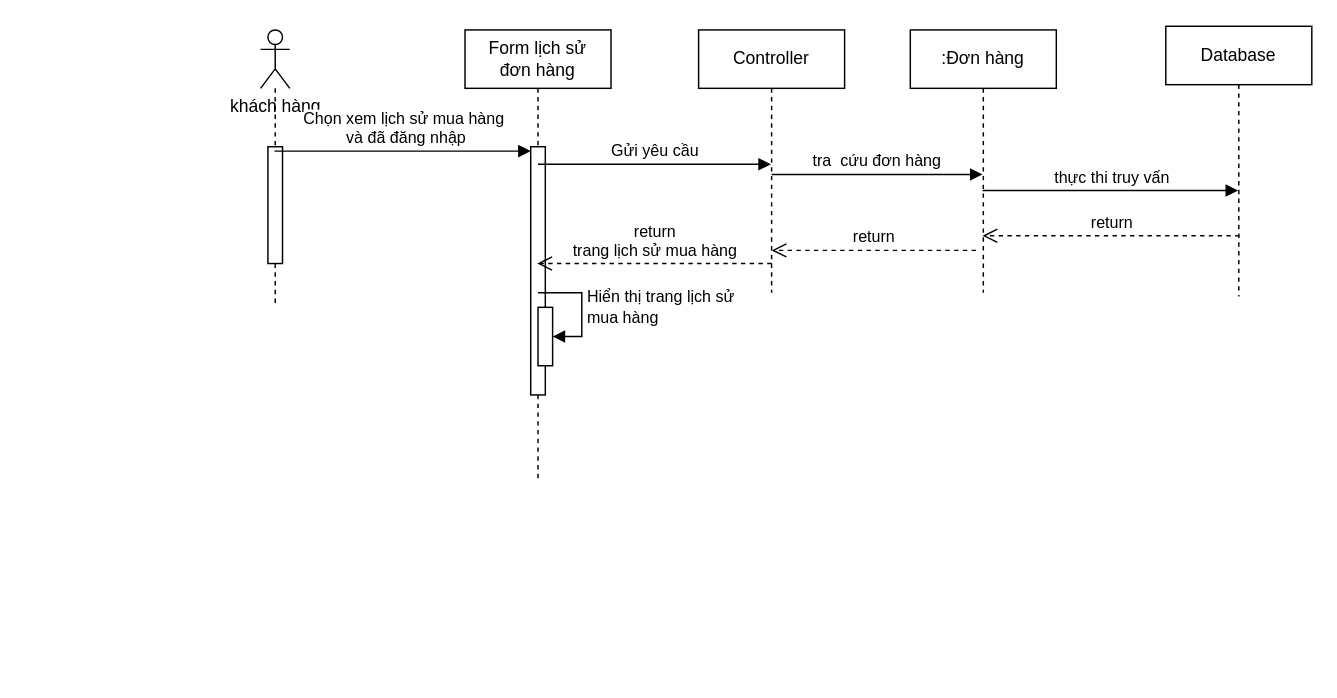
dmn-05/PTTK-HTTT keeps this draw.io diagram as User/Sequence/lichsumuahang.drawio. Above is the earlier version. Source tidied: cells renumbered, new cells numbered last; positions are measured from the earlier drawing's top-left corner, leaving out a move shared by most shapes. Both pictures are drawn from the tidied source at 146%, with x=0, y=0 at pixel (209, 26).
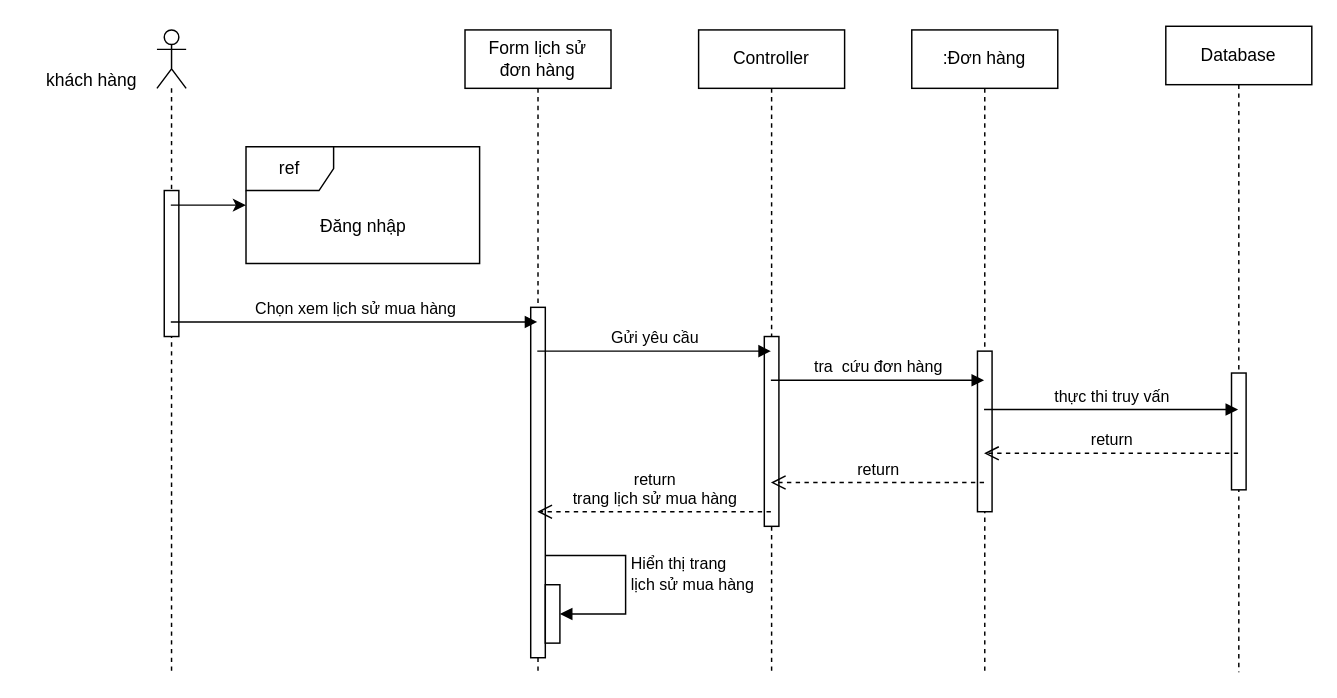
Above is the later version.

Diff of the diagram source:
```diff
@@
     <mxCell id="2" style="shape=umlLifeline;perimeter=lifelinePerimeter;whiteSpace=wrap;html=1;outlineConnect=0;portConstraint=eastwest;newEdgeStyle={&quot;curved&quot;:0,&quot;rounded&quot;:0};participant=umlActor;" parent="1" vertex="1">
-      <mxGeometry x="35" y="2" width="20" height="190" as="geometry" />
+      <mxGeometry x="-36" y="2" width="20" height="440" as="geometry" />
     </mxCell>
-    <mxCell id="3" style="html=1;perimeter=orthogonalPerimeter;targetShapes=umlLifeline;newEdgeStyle={&quot;curved&quot;:0,&quot;rounded&quot;:0};" parent="2" vertex="1">
-      <mxGeometry x="5" y="80" width="10" height="80" as="geometry" />
-    </mxCell>
+    <mxCell id="19" style="html=1;perimeter=orthogonalPerimeter;targetShapes=umlLifeline;newEdgeStyle={&quot;curved&quot;:0,&quot;rounded&quot;:0};" parent="2" vertex="1">
+      <mxGeometry x="5" y="110" width="10" height="100" as="geometry" />
+    </mxCell>
     <mxCell id="4" value="Controller" style="shape=umlLifeline;perimeter=lifelinePerimeter;whiteSpace=wrap;html=1;outlineConnect=0;portConstraint=eastwest;newEdgeStyle={&quot;curved&quot;:0,&quot;rounded&quot;:0};" parent="1" vertex="1">
-      <mxGeometry x="335" y="2" width="100" height="180" as="geometry" />
+      <mxGeometry x="335" y="2" width="100" height="440" as="geometry" />
     </mxCell>
+    <mxCell id="20" style="html=1;perimeter=orthogonalPerimeter;targetShapes=umlLifeline;newEdgeStyle={&quot;curved&quot;:0,&quot;rounded&quot;:0};" parent="4" vertex="1">
+      <mxGeometry x="45" y="210" width="10" height="130" as="geometry" />
+    </mxCell>
     <mxCell id="5" value="Form lịch sử&lt;div&gt;đơn hàng&lt;/div&gt;" style="shape=umlLifeline;perimeter=lifelinePerimeter;whiteSpace=wrap;html=1;outlineConnect=0;portConstraint=eastwest;newEdgeStyle={&quot;curved&quot;:0,&quot;rounded&quot;:0};" parent="1" vertex="1">
-      <mxGeometry x="175" y="2" width="100" height="310" as="geometry" />
+      <mxGeometry x="175" y="2" width="100" height="440" as="geometry" />
     </mxCell>
-    <mxCell id="6" style="html=1;perimeter=orthogonalPerimeter;targetShapes=umlLifeline;newEdgeStyle={&quot;curved&quot;:0,&quot;rounded&quot;:0};" parent="5" vertex="1">
-      <mxGeometry x="45" y="80" width="10" height="170" as="geometry" />
-    </mxCell>
-    <mxCell id="7" style="html=1;points=[[0,0,0,0,5],[0,1,0,0,-5],[1,0,0,0,5],[1,1,0,0,-5]];perimeter=orthogonalPerimeter;outlineConnect=0;targetShapes=umlLifeline;portConstraint=eastwest;newEdgeStyle={&quot;curved&quot;:0,&quot;rounded&quot;:0};" parent="5" vertex="1">
-      <mxGeometry x="50" y="190" width="10" height="40" as="geometry" />
-    </mxCell>
-    <mxCell id="8" value="Hiển thị trang lịch sử&lt;div&gt;mua hàng&lt;/div&gt;" style="html=1;align=left;spacingLeft=2;endArrow=block;rounded=0;edgeStyle=orthogonalEdgeStyle;curved=0;rounded=0;" parent="5" edge="1" target="7">
+    <mxCell id="8" value="Hiển thị trang&lt;div&gt;lịch sử&amp;nbsp;&lt;span style=&quot;background-color: light-dark(#ffffff, var(--ge-dark-color, #121212)); color: light-dark(rgb(0, 0, 0), rgb(255, 255, 255));&quot;&gt;mua hàng&lt;/span&gt;&lt;/div&gt;" style="html=1;align=left;spacingLeft=2;endArrow=block;rounded=0;edgeStyle=orthogonalEdgeStyle;curved=0;rounded=0;" parent="5" edge="1" source="5" target="22">
       <mxGeometry relative="1" as="geometry">
-        <mxPoint x="50" y="180" as="sourcePoint" />
         <Array as="points">
-          <mxPoint x="80" y="210" />
+          <mxPoint x="110" y="360" />
+          <mxPoint x="110" y="400" />
         </Array>
       </mxGeometry>
     </mxCell>
+    <mxCell id="21" style="html=1;perimeter=orthogonalPerimeter;targetShapes=umlLifeline;newEdgeStyle={&quot;curved&quot;:0,&quot;rounded&quot;:0};" parent="5" vertex="1">
+      <mxGeometry x="45" y="190" width="10" height="240" as="geometry" />
+    </mxCell>
+    <mxCell id="22" style="html=1;points=[[0,0,0,0,5],[0,1,0,0,-5],[1,0,0,0,5],[1,1,0,0,-5]];perimeter=orthogonalPerimeter;outlineConnect=0;targetShapes=umlLifeline;portConstraint=eastwest;newEdgeStyle={&quot;curved&quot;:0,&quot;rounded&quot;:0};" parent="5" vertex="1">
+      <mxGeometry x="55" y="380" width="10" height="40" as="geometry" />
+    </mxCell>
     <mxCell id="9" value="Database" style="shape=umlLifeline;perimeter=lifelinePerimeter;whiteSpace=wrap;html=1;outlineConnect=0;portConstraint=eastwest;newEdgeStyle={&quot;curved&quot;:0,&quot;rounded&quot;:0};" parent="1" vertex="1">
-      <mxGeometry x="655" y="-0.5" width="100" height="185" as="geometry" />
+      <mxGeometry x="655" y="-0.5" width="100" height="442.5" as="geometry" />
     </mxCell>
+    <mxCell id="23" style="html=1;perimeter=orthogonalPerimeter;targetShapes=umlLifeline;newEdgeStyle={&quot;curved&quot;:0,&quot;rounded&quot;:0};" parent="9" vertex="1">
+      <mxGeometry x="45" y="237.5" width="10" height="80" as="geometry" />
+    </mxCell>
     <mxCell id="10" value="khách hàng" style="text;html=1;align=center;verticalAlign=middle;strokeColor=none;fillColor=none;" parent="1" vertex="1">
-      <mxGeometry y="40" width="90" height="30" as="geometry" />
+      <mxGeometry x="-126" y="22" width="90" height="30" as="geometry" />
     </mxCell>
     <mxCell id="11" value=":Đơn hàng" style="shape=umlLifeline;perimeter=lifelinePerimeter;whiteSpace=wrap;html=1;outlineConnect=0;portConstraint=eastwest;newEdgeStyle={&quot;curved&quot;:0,&quot;rounded&quot;:0};" parent="1" vertex="1">
-      <mxGeometry x="480" y="2" width="100" height="180" as="geometry" />
+      <mxGeometry x="481" y="2" width="100" height="440" as="geometry" />
     </mxCell>
+    <mxCell id="24" style="html=1;perimeter=orthogonalPerimeter;targetShapes=umlLifeline;newEdgeStyle={&quot;curved&quot;:0,&quot;rounded&quot;:0};" parent="11" vertex="1">
+      <mxGeometry x="45" y="220" width="10" height="110" as="geometry" />
+    </mxCell>
-    <mxCell id="12" value="Chọn xem lịch sử mua hàng&lt;div&gt;&amp;nbsp;và đã đăng nhập&lt;/div&gt;" style="html=1;verticalAlign=bottom;endArrow=block;curved=0;rounded=0;entryX=0;entryY=0;entryDx=0;entryDy=5;entryPerimeter=0;" parent="1" edge="1">
+    <mxCell id="12" value="Chọn xem lịch sử mua hàng" style="html=1;verticalAlign=bottom;endArrow=block;curved=0;rounded=0;" parent="1" edge="1" source="2" target="5">
       <mxGeometry relative="1" as="geometry">
-        <mxPoint x="44.5" y="85" as="sourcePoint" />
-        <mxPoint x="220" y="85" as="targetPoint" />
+        <Array as="points">
+          <mxPoint x="95" y="202" />
+        </Array>
       </mxGeometry>
     </mxCell>
-    <mxCell id="13" value="Gửi yêu cầu" style="html=1;verticalAlign=bottom;endArrow=block;curved=0;rounded=0;" parent="1" edge="1">
+    <mxCell id="13" value="Gửi yêu cầu" style="html=1;verticalAlign=bottom;endArrow=block;curved=0;rounded=0;" parent="1" edge="1" source="5" target="4">
       <mxGeometry relative="1" as="geometry">
-        <mxPoint x="225" y="94" as="sourcePoint" />
-        <mxPoint x="384.5" y="94" as="targetPoint" />
+        <Array as="points">
+          <mxPoint x="305" y="222" />
+        </Array>
       </mxGeometry>
     </mxCell>
-    <mxCell id="14" value="tra&amp;nbsp; cứu đơn hàng" style="html=1;verticalAlign=bottom;endArrow=block;curved=0;rounded=0;" parent="1" edge="1">
+    <mxCell id="14" value="tra&amp;nbsp; cứu đơn hàng" style="html=1;verticalAlign=bottom;endArrow=block;curved=0;rounded=0;" parent="1" edge="1" source="4" target="11">
       <mxGeometry relative="1" as="geometry">
-        <mxPoint x="385" y="101" as="sourcePoint" />
-        <mxPoint x="529.5" y="101" as="targetPoint" />
+        <Array as="points">
+          <mxPoint x="445" y="242" />
+        </Array>
       </mxGeometry>
     </mxCell>
-    <mxCell id="15" value="thực thi truy vấn" style="html=1;verticalAlign=bottom;endArrow=block;curved=0;rounded=0;" parent="1" edge="1">
+    <mxCell id="15" value="thực thi truy vấn" style="html=1;verticalAlign=bottom;endArrow=block;curved=0;rounded=0;" parent="1" edge="1" source="11" target="9">
       <mxGeometry relative="1" as="geometry">
-        <mxPoint x="529.5" y="112" as="sourcePoint" />
-        <mxPoint x="704.5" y="112" as="targetPoint" />
+        <Array as="points">
+          <mxPoint x="635" y="262" />
+        </Array>
       </mxGeometry>
     </mxCell>
-    <mxCell id="16" value="return" style="html=1;verticalAlign=bottom;endArrow=open;dashed=1;endSize=8;curved=0;rounded=0;" parent="1" edge="1">
+    <mxCell id="16" value="return" style="html=1;verticalAlign=bottom;endArrow=open;dashed=1;endSize=8;curved=0;rounded=0;" parent="1" edge="1" source="9" target="11">
       <mxGeometry relative="1" as="geometry">
-        <mxPoint x="705.5" y="143" as="sourcePoint" />
-        <mxPoint x="529.5" y="143" as="targetPoint" />
+        <Array as="points">
+          <mxPoint x="635" y="292" />
+        </Array>
       </mxGeometry>
     </mxCell>
-    <mxCell id="17" value="return" style="html=1;verticalAlign=bottom;endArrow=open;dashed=1;endSize=8;curved=0;rounded=0;" parent="1" edge="1">
+    <mxCell id="17" value="return" style="html=1;verticalAlign=bottom;endArrow=open;dashed=1;endSize=8;curved=0;rounded=0;" parent="1" edge="1" source="11" target="4">
       <mxGeometry relative="1" as="geometry">
-        <mxPoint x="525" y="153" as="sourcePoint" />
-        <mxPoint x="385" y="153" as="targetPoint" />
+        <Array as="points">
+          <mxPoint x="455" y="312" />
+        </Array>
       </mxGeometry>
     </mxCell>
-    <mxCell id="18" value="return&lt;div&gt;trang lịch sử mua hàng&lt;/div&gt;" style="html=1;verticalAlign=bottom;endArrow=open;dashed=1;endSize=8;curved=0;rounded=0;" parent="1" edge="1" target="5">
+    <mxCell id="18" value="return&lt;div&gt;trang lịch sử mua hàng&lt;/div&gt;" style="html=1;verticalAlign=bottom;endArrow=open;dashed=1;endSize=8;curved=0;rounded=0;" parent="1" edge="1" source="4" target="5">
       <mxGeometry relative="1" as="geometry">
-        <mxPoint x="385" y="162" as="sourcePoint" />
+        <Array as="points">
+          <mxPoint x="295" y="332" />
+        </Array>
       </mxGeometry>
     </mxCell>
+    <mxCell id="25" value="ref" style="shape=umlFrame;whiteSpace=wrap;html=1;" parent="1" vertex="1">
+      <mxGeometry x="25" y="82" width="160" height="80" as="geometry" />
+    </mxCell>
+    <mxCell id="26" style="endArrow=classic;html=1;rounded=0;" parent="1" edge="1" source="2" target="25">
+      <mxGeometry relative="1" as="geometry">
+        <Array as="points">
+          <mxPoint x="5" y="122" />
+        </Array>
+      </mxGeometry>
+    </mxCell>
+    <mxCell id="27" value="Đăng nhập" style="text;html=1;align=center;verticalAlign=middle;strokeColor=none;fillColor=none;" parent="1" vertex="1">
+      <mxGeometry x="65" y="122" width="80" height="30" as="geometry" />
+    </mxCell>
```
